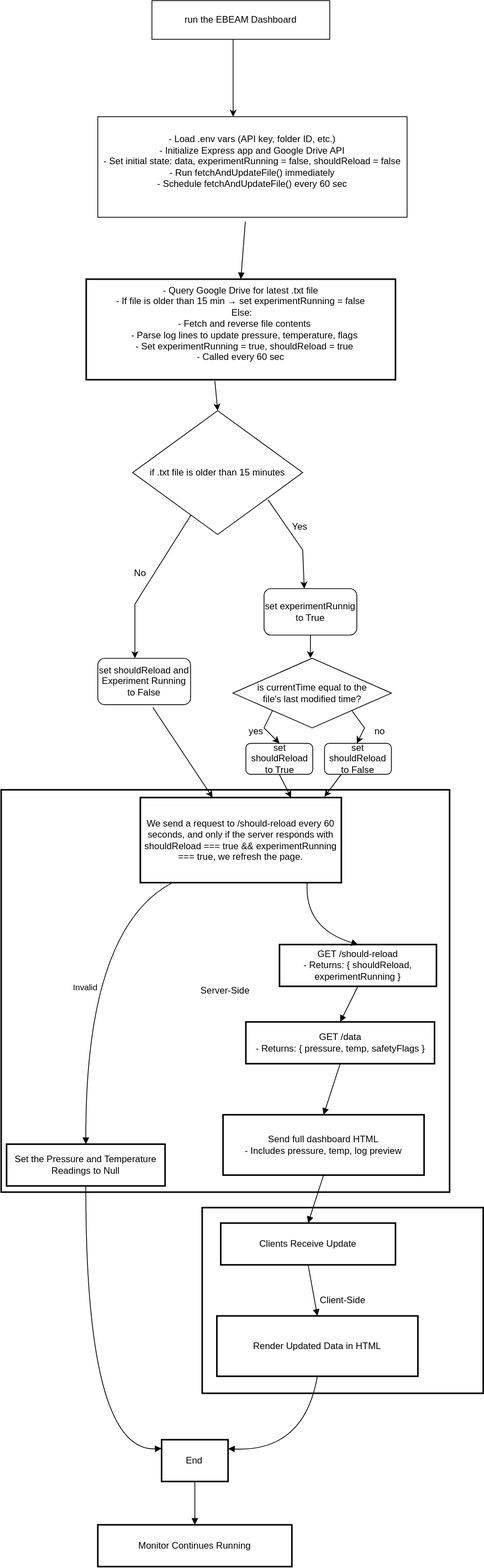
uw-loci/EBEAM_webmonitor keeps this draw.io diagram as webmonitorFlowchart.drawio.svg. Above is the earlier version. Source tidied: cells renumbered, new cells last; positions are measured from the earlier drawing's top-left corner, leaving out a move shared by most shapes.
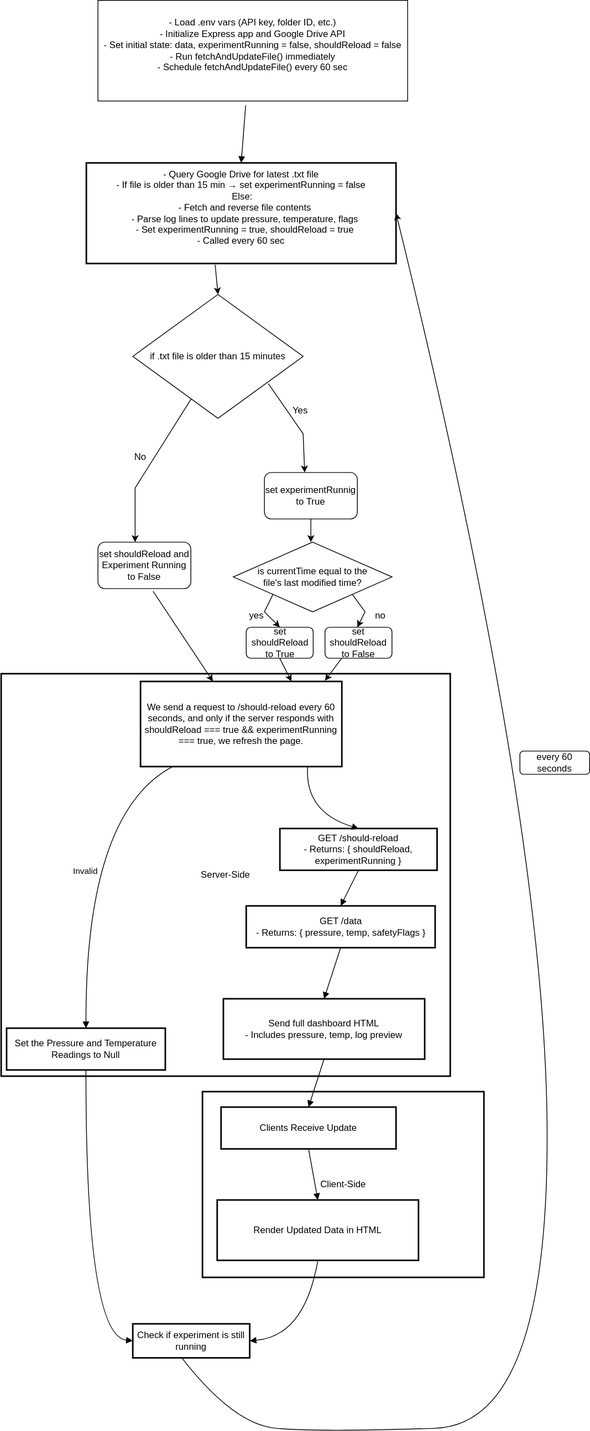
The same file after the commit.

Change to the diagram source:
```diff
@@ -32,11 +32,8 @@
     <mxCell id="11" value="Render Updated Data in HTML" style="whiteSpace=wrap;strokeWidth=2;" parent="1" vertex="1">
       <mxGeometry x="279" y="1700" width="260" height="78" as="geometry" />
     </mxCell>
-    <mxCell id="12" value="End" style="whiteSpace=wrap;strokeWidth=2;" parent="1" vertex="1">
-      <mxGeometry x="207.5" y="1860" width="86" height="54" as="geometry" />
-    </mxCell>
-    <mxCell id="13" value="Monitor Continues Running" style="whiteSpace=wrap;strokeWidth=2;" parent="1" vertex="1">
-      <mxGeometry x="125" y="1970" width="251" height="54" as="geometry" />
+    <mxCell id="13" value="Check if experiment is still running" style="whiteSpace=wrap;strokeWidth=2;" parent="1" vertex="1">
+      <mxGeometry x="170" y="1860" width="151" height="44" as="geometry" />
     </mxCell>
     <mxCell id="14" style="curved=1;startArrow=none;endArrow=block;exitX=0.477;exitY=1.043;entryX=0.5;entryY=0;exitDx=0;exitDy=0;exitPerimeter=0;" parent="1" edge="1" source="24" target="4">
       <mxGeometry relative="1" as="geometry" />
@@ -67,23 +64,20 @@
     <mxCell id="20" style="curved=1;startArrow=none;endArrow=block;exitX=0.5;exitY=1;entryX=0.5;entryY=0;" parent="1" edge="1" source="10" target="11">
       <mxGeometry relative="1" as="geometry" />
     </mxCell>
-    <mxCell id="21" style="curved=1;startArrow=none;endArrow=block;exitX=0.5;exitY=1;entryX=0;entryY=0.21;" parent="1" edge="1" source="7" target="12">
+    <mxCell id="21" style="curved=1;startArrow=none;endArrow=block;exitX=0.5;exitY=1;entryX=0;entryY=0.5;entryDx=0;entryDy=0;" parent="1" edge="1" source="7" target="13">
       <mxGeometry relative="1" as="geometry">
         <Array as="points">
           <mxPoint x="109" y="1876" />
         </Array>
       </mxGeometry>
     </mxCell>
-    <mxCell id="22" style="curved=1;startArrow=none;endArrow=block;exitX=0.5;exitY=1;entryX=1.01;entryY=0.21;" parent="1" edge="1" source="11" target="12">
+    <mxCell id="22" style="curved=1;startArrow=none;endArrow=block;exitX=0.5;exitY=1;entryX=1;entryY=0.5;entryDx=0;entryDy=0;" parent="1" edge="1" source="11" target="13">
       <mxGeometry relative="1" as="geometry">
         <Array as="points">
           <mxPoint x="392" y="1876" />
         </Array>
       </mxGeometry>
     </mxCell>
-    <mxCell id="23" style="curved=1;startArrow=none;endArrow=block;exitX=0.5;exitY=1;entryX=0.5;entryY=0;" parent="1" edge="1" source="12" target="13">
-      <mxGeometry relative="1" as="geometry" />
-    </mxCell>
     <mxCell id="24" value="&lt;div&gt;- Load .env vars (API key, folder ID, etc.)&lt;/div&gt;&lt;div&gt;- Initialize Express app and Google Drive API&lt;/div&gt;&lt;div&gt;- Set initial state: data, experimentRunning = false, shouldReload = false&lt;/div&gt;&lt;div&gt;- Run fetchAndUpdateFile() immediately&lt;/div&gt;&lt;div&gt;- Schedule fetchAndUpdateFile() every 60 sec&lt;/div&gt;&lt;div&gt;&lt;br&gt;&lt;/div&gt;" style="rounded=0;whiteSpace=wrap;html=1;" parent="1" vertex="1">
       <mxGeometry x="125" y="150" width="400" height="130" as="geometry" />
     </mxCell>
@@ -164,14 +158,18 @@
     <mxCell id="43" style="endArrow=classic;html=1;rounded=0;entryX=0.916;entryY=-0.009;entryDx=0;entryDy=0;entryPerimeter=0;exitX=0.25;exitY=1;exitDx=0;exitDy=0;" parent="1" edge="1" source="41" target="5">
       <mxGeometry relative="1" as="geometry" />
     </mxCell>
-    <mxCell id="44" value="run the EBEAM Dashboard" style="rounded=0;whiteSpace=wrap;html=1;" parent="1" vertex="1">
-      <mxGeometry x="195" width="230" height="50" as="geometry" />
-    </mxCell>
-    <mxCell id="45" style="endArrow=classic;html=1;rounded=0;" parent="1" edge="1">
-      <mxGeometry relative="1" as="geometry">
-        <mxPoint x="300" y="50" as="sourcePoint" />
-        <mxPoint x="300" y="150" as="targetPoint" />
-      </mxGeometry>
-    </mxCell>
+    <mxCell id="46" style="curved=1;endArrow=classic;html=1;rounded=0;exitX=0.419;exitY=0.999;exitDx=0;exitDy=0;exitPerimeter=0;entryX=1;entryY=0.5;entryDx=0;entryDy=0;" parent="1" edge="1" source="13" target="4">
+      <mxGeometry relative="1" as="geometry">
+        <Array as="points">
+          <mxPoint x="300" y="1990" />
+          <mxPoint x="410" y="2000" />
+          <mxPoint x="710" y="1990" />
+          <mxPoint x="700" y="1200" />
+        </Array>
+      </mxGeometry>
+    </mxCell>
+    <mxCell id="47" value="every 60 seconds" style="rounded=1;whiteSpace=wrap;html=1;" parent="1" vertex="1">
+      <mxGeometry x="670" y="1120" width="90" height="30" as="geometry" />
+    </mxCell>
   </root>
 </mxGraphModel>
```
